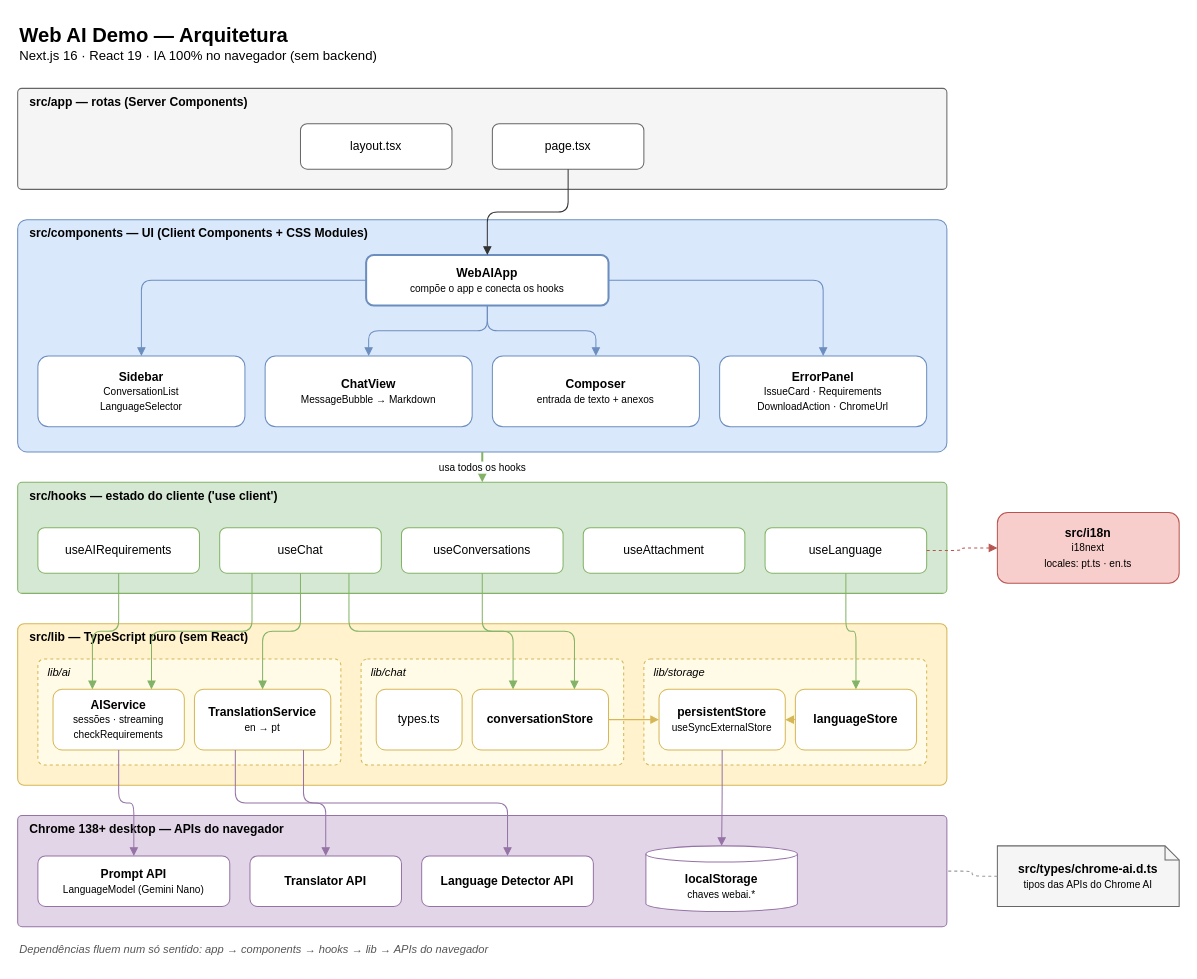
Above: docs/architecture.drawio in naldogomes/web-ai-demo (draw.io), before the change. Source tidied: cells renumbered, new cells numbered last; positions are measured from the earlier drawing's top-left corner, leaving out a move shared by most shapes. Both pictures are drawn from the tidied source at 101%, with x=0, y=0 at pixel (17, 17).
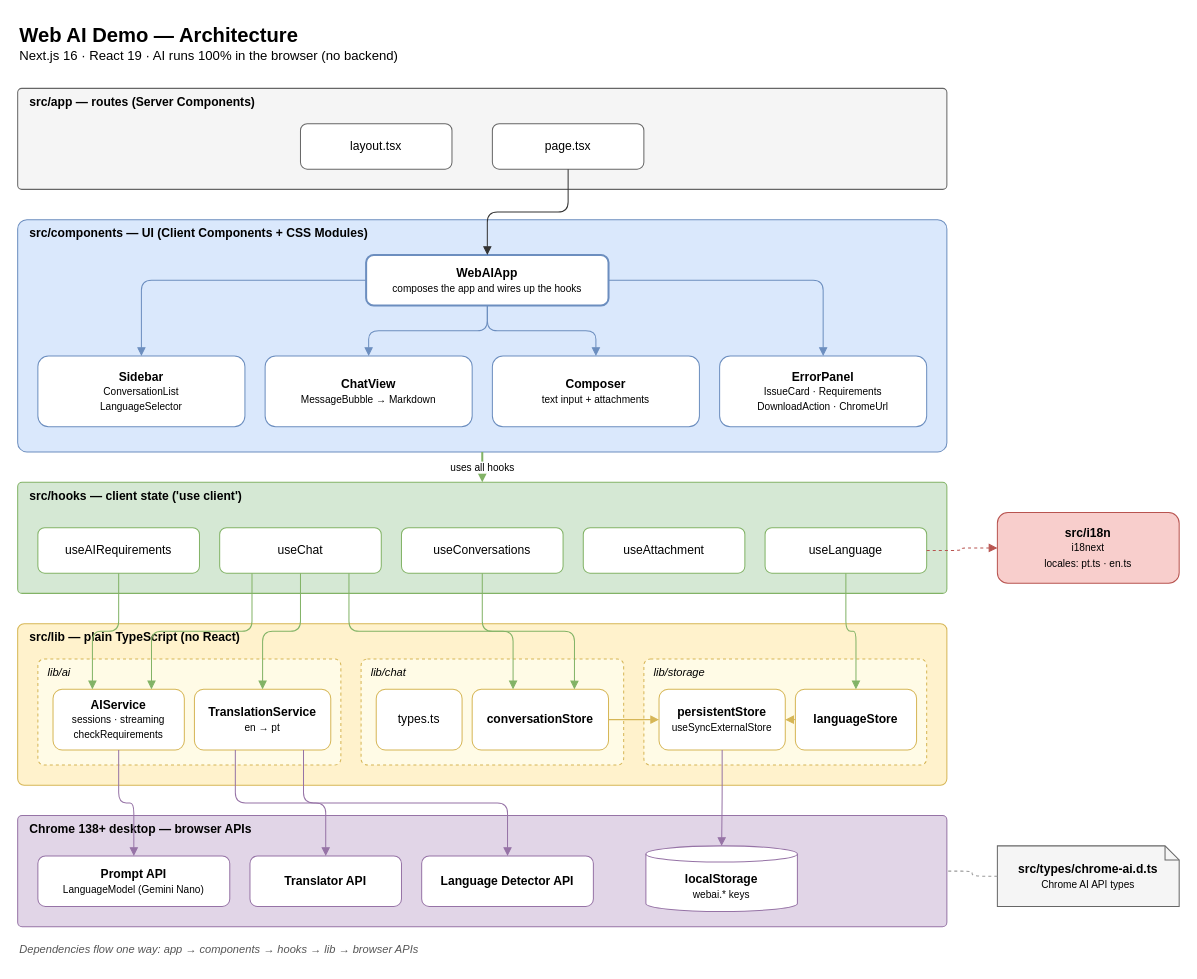
After the change.

Unchanged cells that the change refers to:
```xml
<mxCell id="6" value="src/components — UI (Client Components + CSS Modules)" style="rounded=1;arcSize=4;whiteSpace=wrap;html=1;fillColor=#dae8fc;strokeColor=#6c8ebf;align=left;verticalAlign=top;spacingLeft=10;fontStyle=1;" parent="1" vertex="1">
  <mxGeometry y="200" width="920" height="230" as="geometry" />
</mxCell>
```

The edit, as a diff of the source:
```diff
@@
-    <mxCell id="2" value="&lt;b style=&quot;font-size:20px&quot;&gt;Web AI Demo — Arquitetura&lt;/b&gt;&lt;br&gt;Next.js 16 · React 19 · IA 100% no navegador (sem backend)" style="text;html=1;align=left;verticalAlign=middle;fontSize=13;" parent="1" vertex="1">
+    <mxCell id="2" value="&lt;b style=&quot;font-size:20px&quot;&gt;Web AI Demo — Architecture&lt;/b&gt;&lt;br&gt;Next.js 16 · React 19 · AI runs 100% in the browser (no backend)" style="text;html=1;align=left;verticalAlign=middle;fontSize=13;" parent="1" vertex="1">
       <mxGeometry width="700" height="50" as="geometry" />
     </mxCell>
-    <mxCell id="3" value="src/app — rotas (Server Components)" style="rounded=1;arcSize=4;whiteSpace=wrap;html=1;fillColor=#f5f5f5;strokeColor=#666666;align=left;verticalAlign=top;spacingLeft=10;fontStyle=1;" parent="1" vertex="1">
+    <mxCell id="3" value="src/app — routes (Server Components)" style="rounded=1;arcSize=4;whiteSpace=wrap;html=1;fillColor=#f5f5f5;strokeColor=#666666;align=left;verticalAlign=top;spacingLeft=10;fontStyle=1;" parent="1" vertex="1">
       <mxGeometry y="70" width="920" height="100" as="geometry" />
     </mxCell>
@@
-    <mxCell id="7" value="&lt;b&gt;WebAIApp&lt;/b&gt;&lt;br&gt;&lt;font style=&quot;font-size:10px&quot;&gt;compõe o app e conecta os hooks&lt;/font&gt;" style="rounded=1;whiteSpace=wrap;html=1;fillColor=#ffffff;strokeColor=#6c8ebf;strokeWidth=2;" parent="1" vertex="1">
+    <mxCell id="7" value="&lt;b&gt;WebAIApp&lt;/b&gt;&lt;br&gt;&lt;font style=&quot;font-size:10px&quot;&gt;composes the app and wires up the hooks&lt;/font&gt;" style="rounded=1;whiteSpace=wrap;html=1;fillColor=#ffffff;strokeColor=#6c8ebf;strokeWidth=2;" parent="1" vertex="1">
       <mxGeometry x="345" y="235" width="240" height="50" as="geometry" />
     </mxCell>
@@
-    <mxCell id="10" value="&lt;b&gt;Composer&lt;/b&gt;&lt;br&gt;&lt;font style=&quot;font-size:10px&quot;&gt;entrada de texto + anexos&lt;/font&gt;" style="rounded=1;whiteSpace=wrap;html=1;fillColor=#ffffff;strokeColor=#6c8ebf;" parent="1" vertex="1">
+    <mxCell id="10" value="&lt;b&gt;Composer&lt;/b&gt;&lt;br&gt;&lt;font style=&quot;font-size:10px&quot;&gt;text input + attachments&lt;/font&gt;" style="rounded=1;whiteSpace=wrap;html=1;fillColor=#ffffff;strokeColor=#6c8ebf;" parent="1" vertex="1">
       <mxGeometry x="470" y="335" width="205" height="70" as="geometry" />
     </mxCell>
@@
-    <mxCell id="12" value="src/hooks — estado do cliente ('use client')" style="rounded=1;arcSize=4;whiteSpace=wrap;html=1;fillColor=#d5e8d4;strokeColor=#82b366;align=left;verticalAlign=top;spacingLeft=10;fontStyle=1;" parent="1" vertex="1">
+    <mxCell id="12" value="src/hooks — client state ('use client')" style="rounded=1;arcSize=4;whiteSpace=wrap;html=1;fillColor=#d5e8d4;strokeColor=#82b366;align=left;verticalAlign=top;spacingLeft=10;fontStyle=1;" parent="1" vertex="1">
       <mxGeometry y="460" width="920" height="110" as="geometry" />
     </mxCell>
@@
-    <mxCell id="18" value="src/lib — TypeScript puro (sem React)" style="rounded=1;arcSize=4;whiteSpace=wrap;html=1;fillColor=#fff2cc;strokeColor=#d6b656;align=left;verticalAlign=top;spacingLeft=10;fontStyle=1;" parent="1" vertex="1">
+    <mxCell id="18" value="src/lib — plain TypeScript (no React)" style="rounded=1;arcSize=4;whiteSpace=wrap;html=1;fillColor=#fff2cc;strokeColor=#d6b656;align=left;verticalAlign=top;spacingLeft=10;fontStyle=1;" parent="1" vertex="1">
       <mxGeometry y="600" width="920" height="160" as="geometry" />
     </mxCell>
@@
-    <mxCell id="20" value="&lt;b&gt;AIService&lt;/b&gt;&lt;br&gt;&lt;font style=&quot;font-size:10px&quot;&gt;sessões · streaming&lt;br&gt;checkRequirements&lt;/font&gt;" style="rounded=1;whiteSpace=wrap;html=1;fillColor=#ffffff;strokeColor=#d6b656;" parent="1" vertex="1">
+    <mxCell id="20" value="&lt;b&gt;AIService&lt;/b&gt;&lt;br&gt;&lt;font style=&quot;font-size:10px&quot;&gt;sessions · streaming&lt;br&gt;checkRequirements&lt;/font&gt;" style="rounded=1;whiteSpace=wrap;html=1;fillColor=#ffffff;strokeColor=#d6b656;" parent="1" vertex="1">
       <mxGeometry x="35" y="665" width="130" height="60" as="geometry" />
     </mxCell>
@@
-    <mxCell id="28" value="Chrome 138+ desktop — APIs do navegador" style="rounded=1;arcSize=4;whiteSpace=wrap;html=1;fillColor=#e1d5e7;strokeColor=#9673a6;align=left;verticalAlign=top;spacingLeft=10;fontStyle=1;" parent="1" vertex="1">
+    <mxCell id="28" value="Chrome 138+ desktop — browser APIs" style="rounded=1;arcSize=4;whiteSpace=wrap;html=1;fillColor=#e1d5e7;strokeColor=#9673a6;align=left;verticalAlign=top;spacingLeft=10;fontStyle=1;" parent="1" vertex="1">
       <mxGeometry y="790" width="920" height="110" as="geometry" />
     </mxCell>
@@
-    <mxCell id="32" value="&lt;b&gt;localStorage&lt;/b&gt;&lt;br&gt;&lt;font style=&quot;font-size:10px&quot;&gt;chaves webai.*&lt;/font&gt;" style="shape=cylinder3;whiteSpace=wrap;html=1;boundedLbl=1;size=8;fillColor=#ffffff;strokeColor=#9673a6;" parent="1" vertex="1">
+    <mxCell id="32" value="&lt;b&gt;localStorage&lt;/b&gt;&lt;br&gt;&lt;font style=&quot;font-size:10px&quot;&gt;webai.* keys&lt;/font&gt;" style="shape=cylinder3;whiteSpace=wrap;html=1;boundedLbl=1;size=8;fillColor=#ffffff;strokeColor=#9673a6;" parent="1" vertex="1">
       <mxGeometry x="622" y="820" width="150" height="65" as="geometry" />
     </mxCell>
@@
-    <mxCell id="34" value="&lt;b&gt;src/types/chrome-ai.d.ts&lt;/b&gt;&lt;br&gt;&lt;font style=&quot;font-size:10px&quot;&gt;tipos das APIs do Chrome AI&lt;/font&gt;" style="shape=note;size=14;whiteSpace=wrap;html=1;fillColor=#f5f5f5;strokeColor=#666666;" parent="1" vertex="1">
+    <mxCell id="34" value="&lt;b&gt;src/types/chrome-ai.d.ts&lt;/b&gt;&lt;br&gt;&lt;font style=&quot;font-size:10px&quot;&gt;Chrome AI API types&lt;/font&gt;" style="shape=note;size=14;whiteSpace=wrap;html=1;fillColor=#f5f5f5;strokeColor=#666666;" parent="1" vertex="1">
       <mxGeometry x="970" y="820" width="180" height="60" as="geometry" />
     </mxCell>
@@
-    <mxCell id="40" value="usa todos os hooks" style="edgeStyle=orthogonalEdgeStyle;html=1;endArrow=block;endFill=1;strokeColor=#82b366;strokeWidth=2;fontSize=10;labelBackgroundColor=#ffffff;" parent="1" edge="1" source="6" target="12">
+    <mxCell id="40" value="uses all hooks" style="edgeStyle=orthogonalEdgeStyle;html=1;endArrow=block;endFill=1;strokeColor=#82b366;strokeWidth=2;fontSize=10;labelBackgroundColor=#ffffff;" parent="1" edge="1" source="6" target="12">
       <mxGeometry relative="1" as="geometry" />
     </mxCell>
@@
-    <mxCell id="55" value="Dependências fluem num só sentido: app → components → hooks → lib → APIs do navegador" style="text;html=1;align=left;fontSize=11;fontStyle=2;fontColor=#555555;" parent="1" vertex="1">
+    <mxCell id="55" value="Dependencies flow one way: app → components → hooks → lib → browser APIs" style="text;html=1;align=left;fontSize=11;fontStyle=2;fontColor=#555555;" parent="1" vertex="1">
       <mxGeometry y="910" width="700" height="25" as="geometry" />
     </mxCell>
```
